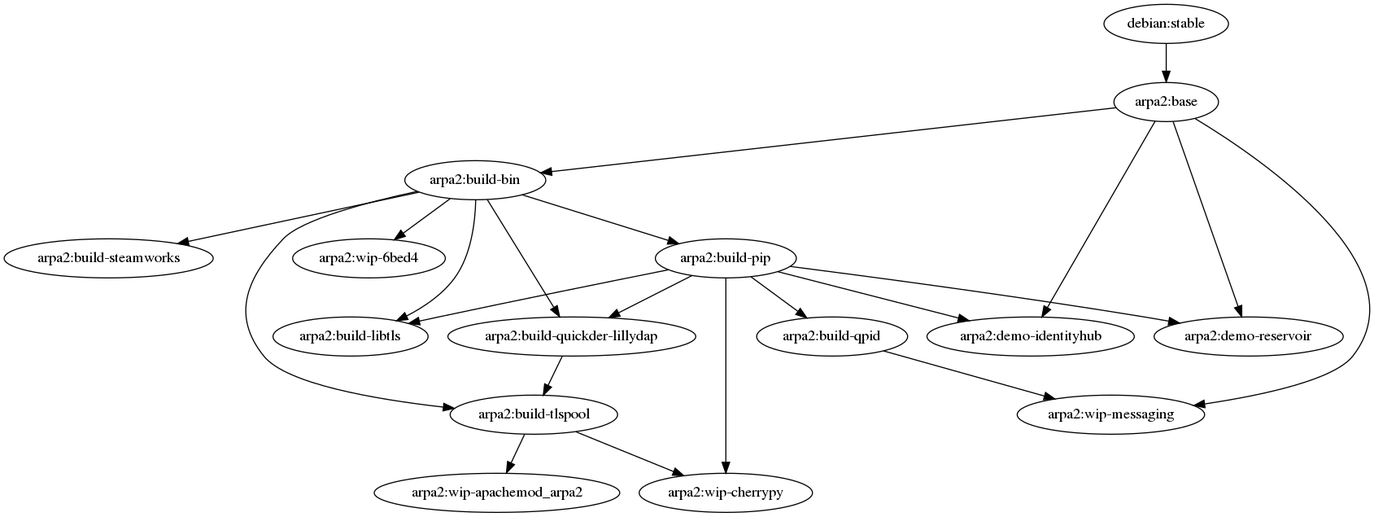
Before: deps.png, a diagram exported from Graphviz (timkuijsten/docker-demo). Its source is kept beside it as deps.dot.
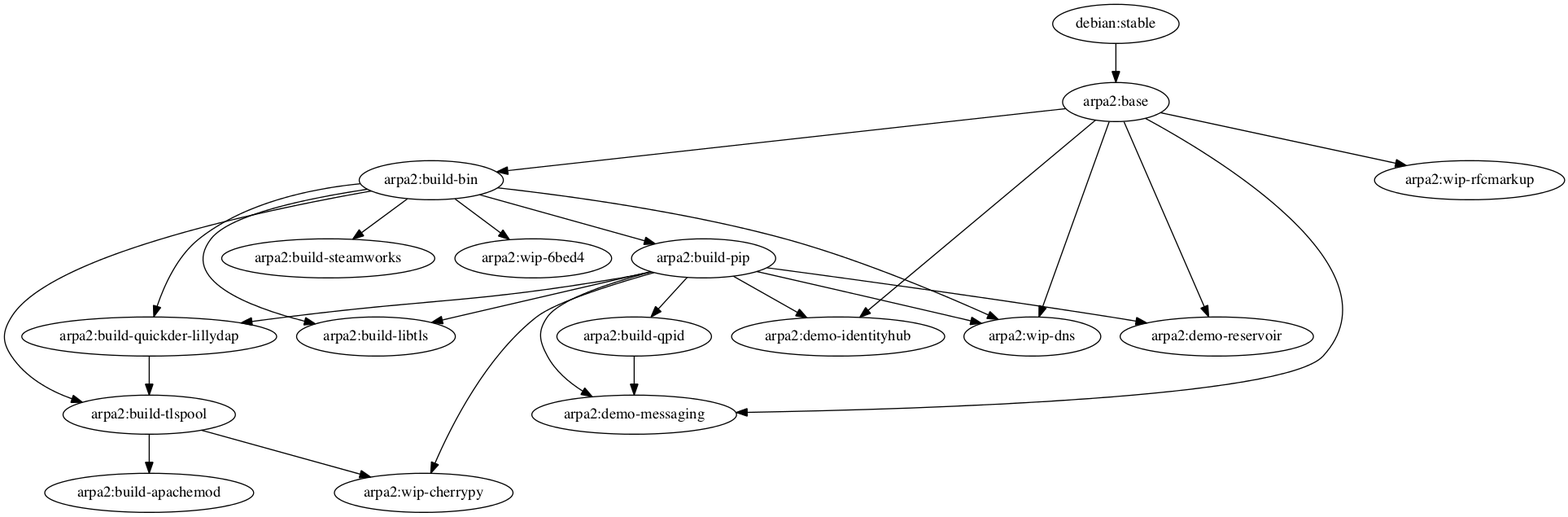
The same diagram one commit later.

Commit message:
Created CMakeLists.txt -- finds dependencies, so you can "make" a demo.

Diff of the diagram source:
```diff
@@ -1,38 +1,28 @@
-digraph arpa2demos {
-   "debian:stable";
-   "arpa2:base";
-   "debian:stable" -> "arpa2:base" ;
-   "arpa2:build-bin";
-   "arpa2:base" -> "arpa2:build-bin" ;
-   "arpa2:build-libtls";
-   "arpa2:build-pip" -> "arpa2:build-libtls" ;
-   "arpa2:build-bin" -> "arpa2:build-libtls" ;
-   "arpa2:build-pip";
-   "arpa2:build-bin" -> "arpa2:build-pip" ;
-   "arpa2:build-qpid";
-   "arpa2:build-pip" -> "arpa2:build-qpid" ;
-   "arpa2:build-quickder-lillydap";
-   "arpa2:build-pip" -> "arpa2:build-quickder-lillydap" ;
-   "arpa2:build-bin" -> "arpa2:build-quickder-lillydap" ;
-   "arpa2:build-steamworks";
-   "arpa2:build-bin" -> "arpa2:build-steamworks" ;
-   "arpa2:build-tlspool";
-   "arpa2:build-quickder-lillydap" -> "arpa2:build-tlspool" ;
-   "arpa2:build-bin" -> "arpa2:build-tlspool" ;
-   "arpa2:demo-identityhub";
-   "arpa2:build-pip" -> "arpa2:demo-identityhub" ;
-   "arpa2:base" -> "arpa2:demo-identityhub" ;
-   "arpa2:demo-reservoir";
-   "arpa2:build-pip" -> "arpa2:demo-reservoir" ;
-   "arpa2:base" -> "arpa2:demo-reservoir" ;
-   "arpa2:wip-6bed4";
-   "arpa2:build-bin" -> "arpa2:wip-6bed4" ;
-   "arpa2:wip-apachemod_arpa2";
-   "arpa2:build-tlspool" -> "arpa2:wip-apachemod_arpa2" ;
-   "arpa2:wip-cherrypy";
-   "arpa2:build-pip" -> "arpa2:wip-cherrypy" ;
-   "arpa2:build-tlspool" -> "arpa2:wip-cherrypy" ;
-   "arpa2:wip-messaging";
-   "arpa2:build-qpid" -> "arpa2:wip-messaging" ;
-   "arpa2:base" -> "arpa2:wip-messaging" ;
+digraph arpa2demo{
+   "debian:stable" -> "arpa2:base"
+   "arpa2:build-tlspool" -> "arpa2:build-apachemod"
+   "arpa2:base" -> "arpa2:build-bin"
+   "arpa2:build-pip" -> "arpa2:build-libtls"
+   "arpa2:build-bin" -> "arpa2:build-libtls"
+   "arpa2:build-bin" -> "arpa2:build-pip"
+   "arpa2:build-pip" -> "arpa2:build-qpid"
+   "arpa2:build-pip" -> "arpa2:build-quickder-lillydap"
+   "arpa2:build-bin" -> "arpa2:build-quickder-lillydap"
+   "arpa2:build-bin" -> "arpa2:build-steamworks"
+   "arpa2:build-quickder-lillydap" -> "arpa2:build-tlspool"
+   "arpa2:build-bin" -> "arpa2:build-tlspool"
+   "arpa2:build-pip" -> "arpa2:demo-identityhub"
+   "arpa2:base" -> "arpa2:demo-identityhub"
+   "arpa2:build-qpid" -> "arpa2:demo-messaging"
+   "arpa2:build-pip" -> "arpa2:demo-messaging"
+   "arpa2:base" -> "arpa2:demo-messaging"
+   "arpa2:build-pip" -> "arpa2:demo-reservoir"
+   "arpa2:base" -> "arpa2:demo-reservoir"
+   "arpa2:build-bin" -> "arpa2:wip-6bed4"
+   "arpa2:build-pip" -> "arpa2:wip-cherrypy"
+   "arpa2:build-tlspool" -> "arpa2:wip-cherrypy"
+   "arpa2:build-bin" -> "arpa2:wip-dns"
+   "arpa2:build-pip" -> "arpa2:wip-dns"
+   "arpa2:base" -> "arpa2:wip-dns"
+   "arpa2:base" -> "arpa2:wip-rfcmarkup"
 }
```
